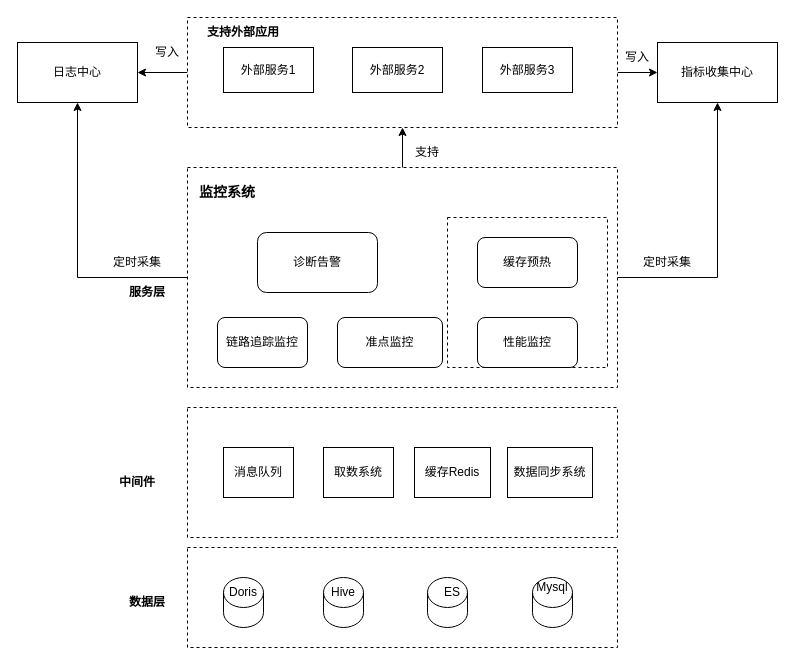
Before: 总体架构.drawio in tiankuanyu/test, a draw.io diagram. Source tidied: cells renumbered, new cells numbered last; positions are measured from the earlier drawing's top-left corner, leaving out a move shared by most shapes. Both pictures are drawn from the tidied source at 100%, with x=0, y=0 at pixel (17, 17).
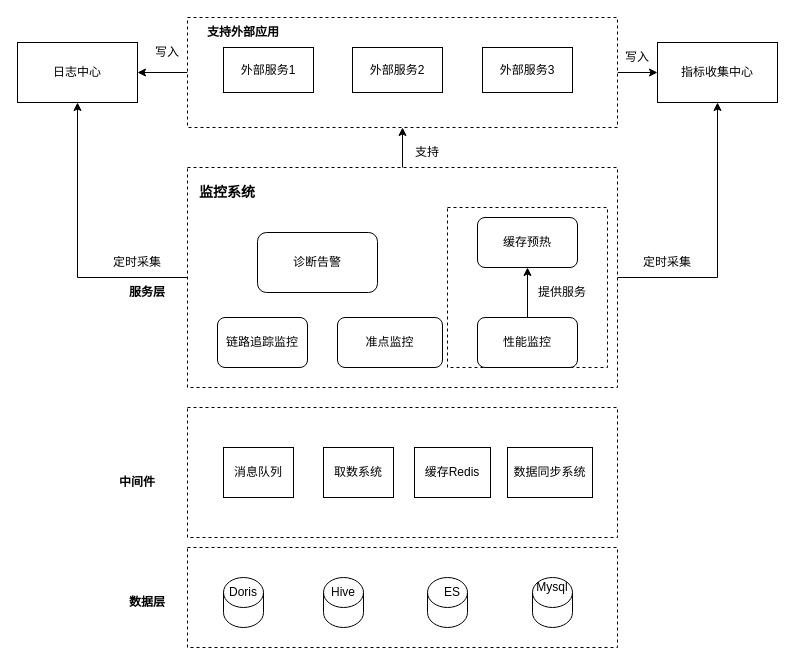
The same diagram, later.

Commit message (it also covers changes not shown here):
更新总体架构.drawio

The change refers to these unchanged cells:
```xml
<mxCell id="24" value="性能监控" style="rounded=1;whiteSpace=wrap;html=1;" parent="1" vertex="1">
  <mxGeometry x="460" y="300" width="100" height="50" as="geometry" />
</mxCell>
```

Diff of the diagram source:
```diff
@@
     <mxCell id="23" style="rounded=0;whiteSpace=wrap;html=1;dashed=1;" parent="1" vertex="1">
-      <mxGeometry x="430" y="200" width="160" height="150" as="geometry" />
+      <mxGeometry x="430" y="190" width="160" height="160" as="geometry" />
     </mxCell>
+    <mxCell id="44" style="edgeStyle=orthogonalEdgeStyle;rounded=0;jettySize=auto;html=1;exitX=0.5;exitY=0;exitDx=0;exitDy=0;entryX=0.5;entryY=1;entryDx=0;entryDy=0;" parent="1" edge="1" source="24" target="26">
+      <mxGeometry relative="1" as="geometry" />
+    </mxCell>
@@
     <mxCell id="26" value="缓存预热" style="rounded=1;whiteSpace=wrap;html=1;" parent="1" vertex="1">
-      <mxGeometry x="460" y="220" width="100" height="50" as="geometry" />
+      <mxGeometry x="460" y="200" width="100" height="50" as="geometry" />
     </mxCell>
@@
+    <mxCell id="45" value="提供服务" style="text;html=1;align=center;verticalAlign=middle;whiteSpace=wrap;rounded=0;" parent="1" vertex="1">
+      <mxGeometry x="515" y="260" width="60" height="30" as="geometry" />
+    </mxCell>
```
